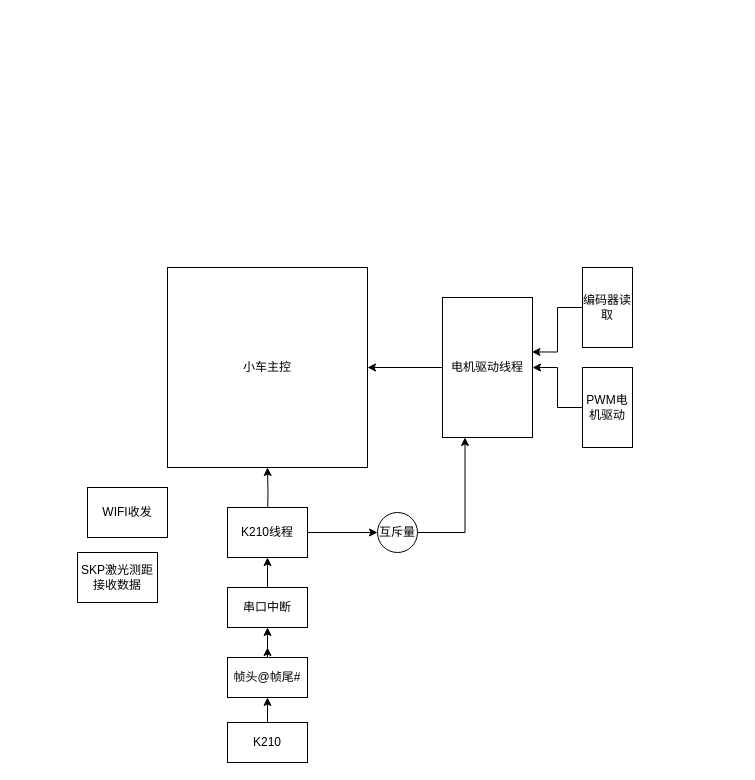
Garsad/Intelligent-tracking-car-C52 keeps this draw.io diagram as 小车软件框架.drawio. Above is the earlier version. Source tidied: cells renumbered, new cells numbered last; positions are measured from the earlier drawing's top-left corner, leaving out a move shared by most shapes. Both pictures are drawn from the tidied source at 100%, with x=0, y=0 at pixel (77, 267).
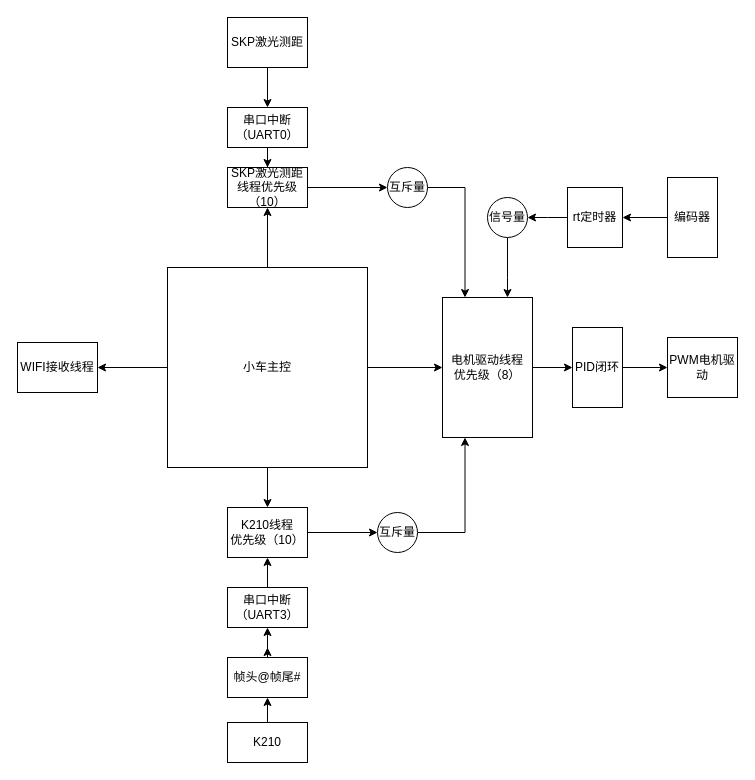
The same diagram, later.

Commit message:
更新小车软件框架.drawio

The change refers to these unchanged cells:
```xml
<mxCell id="2" value="小车主控" style="whiteSpace=wrap;html=1;" parent="1" vertex="1">
  <mxGeometry x="90" width="200" height="200" as="geometry" />
</mxCell>
```

The edit, as a diff of the source:
```diff
@@
+    <mxCell id="23" style="edgeStyle=orthogonalEdgeStyle;rounded=0;jettySize=auto;html=1;" parent="1" edge="1" source="2" target="35">
+      <mxGeometry relative="1" as="geometry" />
+    </mxCell>
+    <mxCell id="24" style="edgeStyle=orthogonalEdgeStyle;rounded=0;jettySize=auto;html=1;" parent="1" edge="1" source="2" target="9">
+      <mxGeometry relative="1" as="geometry" />
+    </mxCell>
+    <mxCell id="25" style="edgeStyle=orthogonalEdgeStyle;rounded=0;jettySize=auto;html=1;" parent="1" edge="1" source="2" target="5">
+      <mxGeometry relative="1" as="geometry" />
+    </mxCell>
+    <mxCell id="26" style="edgeStyle=orthogonalEdgeStyle;rounded=0;jettySize=auto;html=1;" parent="1" edge="1" source="2" target="6">
+      <mxGeometry relative="1" as="geometry" />
+    </mxCell>
@@
-    <mxCell id="3" style="edgeStyle=orthogonalEdgeStyle;rounded=0;jettySize=auto;html=1;entryX=0.5;entryY=1;entryDx=0;entryDy=0;" parent="1" edge="1" target="2">
-      <mxGeometry relative="1" as="geometry">
-        <mxPoint x="190" y="250" as="sourcePoint" />
-      </mxGeometry>
-    </mxCell>
@@
-    <mxCell id="5" value="K210线程" style="rounded=0;whiteSpace=wrap;html=1;" parent="1" vertex="1">
+    <mxCell id="5" value="K210线程&lt;br&gt;优先级（10）" style="rounded=0;whiteSpace=wrap;html=1;" parent="1" vertex="1">
       <mxGeometry x="150" y="240" width="80" height="50" as="geometry" />
     </mxCell>
-    <mxCell id="6" value="WIFI收发" style="rounded=0;whiteSpace=wrap;html=1;" parent="1" vertex="1">
-      <mxGeometry x="10" y="220" width="80" height="50" as="geometry" />
+    <mxCell id="6" value="WIFI接收线程" style="rounded=0;whiteSpace=wrap;html=1;" parent="1" vertex="1">
+      <mxGeometry x="-60" y="75" width="80" height="50" as="geometry" />
     </mxCell>
+    <mxCell id="27" style="edgeStyle=orthogonalEdgeStyle;rounded=0;jettySize=auto;html=1;" parent="1" edge="1" source="7" target="32">
+      <mxGeometry relative="1" as="geometry" />
+    </mxCell>
-    <mxCell id="7" value="SKP激光测距接收数据" style="rounded=0;whiteSpace=wrap;html=1;" parent="1" vertex="1">
-      <mxGeometry y="285" width="80" height="50" as="geometry" />
+    <mxCell id="7" value="SKP激光测距" style="rounded=0;whiteSpace=wrap;html=1;" parent="1" vertex="1">
+      <mxGeometry x="150" y="-250" width="80" height="50" as="geometry" />
     </mxCell>
-    <mxCell id="8" style="edgeStyle=orthogonalEdgeStyle;rounded=0;jettySize=auto;html=1;entryX=1;entryY=0.5;entryDx=0;entryDy=0;" parent="1" edge="1" source="9" target="2">
-      <mxGeometry relative="1" as="geometry" />
-    </mxCell>
+    <mxCell id="28" style="edgeStyle=orthogonalEdgeStyle;rounded=0;jettySize=auto;html=1;" parent="1" edge="1" source="9" target="13">
+      <mxGeometry relative="1" as="geometry" />
+    </mxCell>
-    <mxCell id="9" value="电机驱动线程" style="rounded=0;whiteSpace=wrap;html=1;direction=south;" parent="1" vertex="1">
+    <mxCell id="9" value="电机驱动线程&lt;br&gt;优先级（8）" style="rounded=0;whiteSpace=wrap;html=1;direction=south;" parent="1" vertex="1">
       <mxGeometry x="365" y="30" width="90" height="140" as="geometry" />
     </mxCell>
-    <mxCell id="10" style="edgeStyle=orthogonalEdgeStyle;rounded=0;jettySize=auto;html=1;entryX=0.389;entryY=0.006;entryDx=0;entryDy=0;entryPerimeter=0;" parent="1" edge="1" source="11" target="9">
-      <mxGeometry relative="1" as="geometry" />
-    </mxCell>
+    <mxCell id="29" style="edgeStyle=orthogonalEdgeStyle;rounded=0;jettySize=auto;html=1;" parent="1" edge="1" source="11" target="38">
+      <mxGeometry relative="1" as="geometry" />
+    </mxCell>
-    <mxCell id="11" value="编码器读取" style="rounded=0;whiteSpace=wrap;html=1;direction=south;" parent="1" vertex="1">
-      <mxGeometry x="505" width="50" height="80" as="geometry" />
+    <mxCell id="11" value="编码器" style="rounded=0;whiteSpace=wrap;html=1;direction=south;" parent="1" vertex="1">
+      <mxGeometry x="590" y="-90" width="50" height="80" as="geometry" />
     </mxCell>
-    <mxCell id="12" style="edgeStyle=orthogonalEdgeStyle;rounded=0;jettySize=auto;html=1;entryX=0.5;entryY=0;entryDx=0;entryDy=0;" parent="1" edge="1" source="13" target="9">
-      <mxGeometry relative="1" as="geometry" />
-    </mxCell>
+    <mxCell id="30" style="edgeStyle=orthogonalEdgeStyle;rounded=0;jettySize=auto;html=1;" parent="1" edge="1" source="13" target="41">
+      <mxGeometry relative="1" as="geometry" />
+    </mxCell>
-    <mxCell id="13" value="PWM电机驱动" style="rounded=0;whiteSpace=wrap;html=1;direction=south;" parent="1" vertex="1">
-      <mxGeometry x="505" y="100" width="50" height="80" as="geometry" />
+    <mxCell id="13" value="PID闭环" style="rounded=0;whiteSpace=wrap;html=1;direction=south;" parent="1" vertex="1">
+      <mxGeometry x="495" y="60" width="50" height="80" as="geometry" />
     </mxCell>
@@
-    <mxCell id="20" value="串口中断" style="rounded=0;whiteSpace=wrap;html=1;" parent="1" vertex="1">
+    <mxCell id="20" value="串口中断（UART3）" style="rounded=0;whiteSpace=wrap;html=1;" parent="1" vertex="1">
       <mxGeometry x="150" y="320" width="80" height="40" as="geometry" />
     </mxCell>
@@
+    <mxCell id="31" style="edgeStyle=orthogonalEdgeStyle;rounded=0;jettySize=auto;html=1;" parent="1" edge="1" source="32" target="35">
+      <mxGeometry relative="1" as="geometry" />
+    </mxCell>
+    <mxCell id="32" value="串口中断（UART0）" style="rounded=0;whiteSpace=wrap;html=1;" parent="1" vertex="1">
+      <mxGeometry x="150" y="-160" width="80" height="40" as="geometry" />
+    </mxCell>
+    <mxCell id="33" style="edgeStyle=orthogonalEdgeStyle;rounded=0;jettySize=auto;html=1;entryX=0;entryY=0.75;entryDx=0;entryDy=0;" parent="1" edge="1" source="36" target="9">
+      <mxGeometry relative="1" as="geometry" />
+    </mxCell>
+    <mxCell id="34" style="edgeStyle=orthogonalEdgeStyle;rounded=0;jettySize=auto;html=1;" parent="1" edge="1" source="35" target="36">
+      <mxGeometry relative="1" as="geometry" />
+    </mxCell>
+    <mxCell id="35" value="SKP激光测距线程优先级（10）" style="whiteSpace=wrap;html=1;rounded=0;" parent="1" vertex="1">
+      <mxGeometry x="150" y="-100" width="80" height="40" as="geometry" />
+    </mxCell>
+    <mxCell id="36" value="互斥量" style="ellipse;whiteSpace=wrap;html=1;" parent="1" vertex="1">
+      <mxGeometry x="310" y="-100" width="40" height="40" as="geometry" />
+    </mxCell>
+    <mxCell id="37" style="edgeStyle=orthogonalEdgeStyle;rounded=0;jettySize=auto;html=1;" parent="1" edge="1" source="38">
+      <mxGeometry relative="1" as="geometry">
+        <mxPoint x="450" y="-50" as="targetPoint" />
+      </mxGeometry>
+    </mxCell>
+    <mxCell id="38" value="rt定时器" style="whiteSpace=wrap;html=1;rounded=0;" parent="1" vertex="1">
+      <mxGeometry x="490" y="-80" width="55" height="60" as="geometry" />
+    </mxCell>
+    <mxCell id="39" style="edgeStyle=orthogonalEdgeStyle;rounded=0;jettySize=auto;html=1;" parent="1" edge="1" source="40" target="9">
+      <mxGeometry relative="1" as="geometry">
+        <Array as="points">
+          <mxPoint x="430" y="10" />
+          <mxPoint x="430" y="10" />
+        </Array>
+      </mxGeometry>
+    </mxCell>
+    <mxCell id="40" value="信号量" style="ellipse;whiteSpace=wrap;html=1;" parent="1" vertex="1">
+      <mxGeometry x="410" y="-70" width="40" height="40" as="geometry" />
+    </mxCell>
+    <mxCell id="41" value="PWM电机驱动" style="whiteSpace=wrap;html=1;rounded=0;" parent="1" vertex="1">
+      <mxGeometry x="590" y="70" width="70" height="60" as="geometry" />
+    </mxCell>
```
